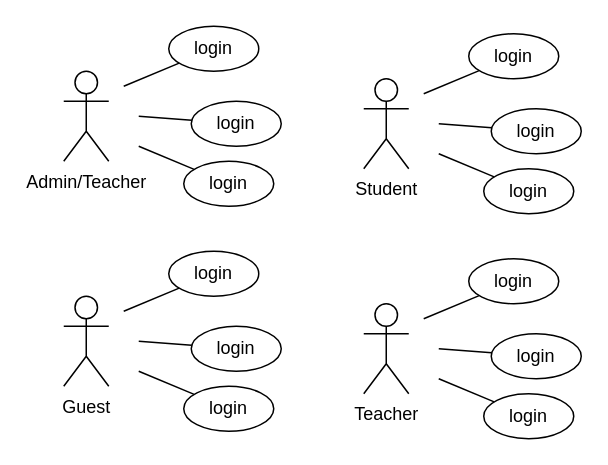
Earlier version of the draw.io diagram Untitled Diagram.drawio (JackSuuu/SEPP-coursework). Source tidied: cells renumbered, new cells numbered last; positions are measured from the earlier drawing's top-left corner, leaving out a move shared by most shapes. Both pictures are drawn from the tidied source at 150%, with x=0, y=0 at pixel (63, 26).
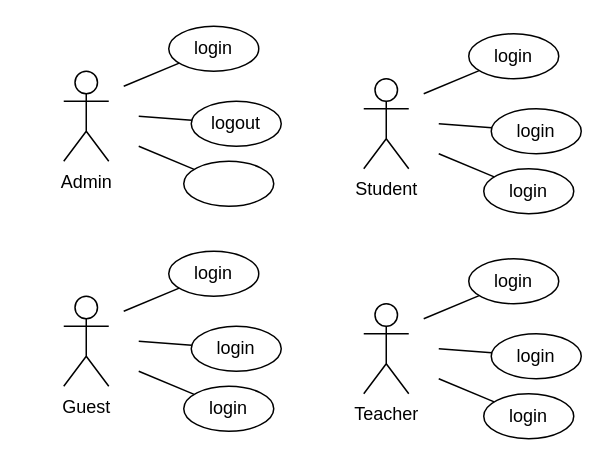
Above is the later version.

The edit, as a diff of the source:
```diff
@@
-    <mxCell id="2" value="Admin/Teacher" style="shape=umlActor;verticalLabelPosition=bottom;verticalAlign=top;html=1;" parent="1" vertex="1">
+    <mxCell id="2" value="Admin" style="shape=umlActor;verticalLabelPosition=bottom;verticalAlign=top;html=1;" parent="1" vertex="1">
       <mxGeometry y="30" width="30" height="60" as="geometry" />
     </mxCell>
@@
-    <mxCell id="6" value="login" style="ellipse;whiteSpace=wrap;html=1;" parent="1" vertex="1">
+    <mxCell id="6" value="logout" style="ellipse;whiteSpace=wrap;html=1;" parent="1" vertex="1">
       <mxGeometry x="85" y="50" width="60" height="30" as="geometry" />
     </mxCell>
@@
-    <mxCell id="8" value="login" style="ellipse;whiteSpace=wrap;html=1;" parent="1" vertex="1">
+    <mxCell id="8" style="ellipse;whiteSpace=wrap;html=1;" parent="1" vertex="1">
       <mxGeometry x="80" y="90" width="60" height="30" as="geometry" />
     </mxCell>
```
